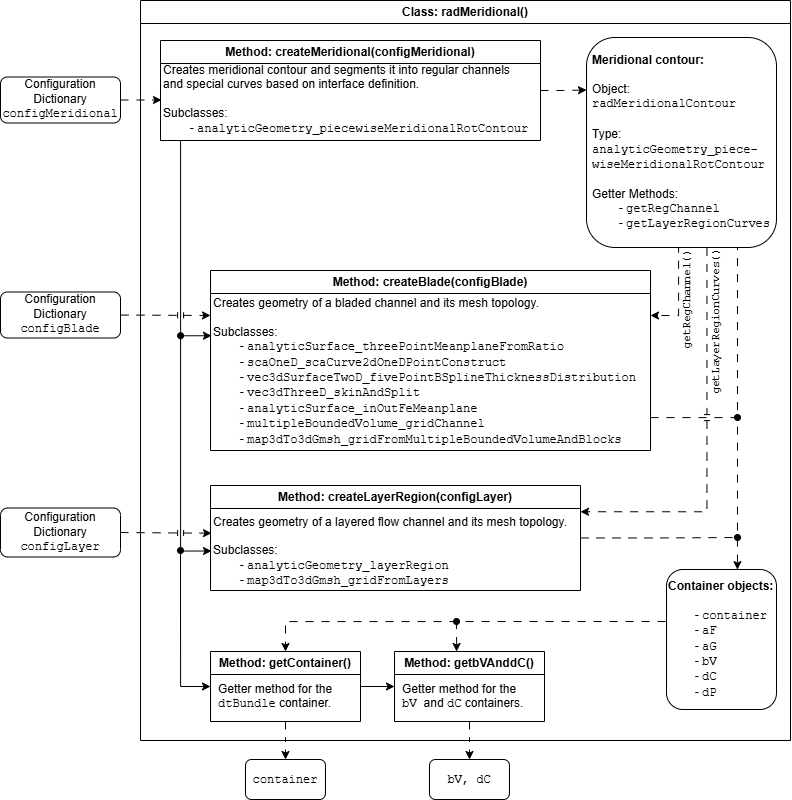
Above: doc/bladeFigs/radMeridional_class.png in ihs-ustutt/dtOO (draw.io), before the change. Source tidied: cells renumbered, new cells last; positions are measured from the earlier drawing's top-left corner, leaving out a move shared by most shapes.
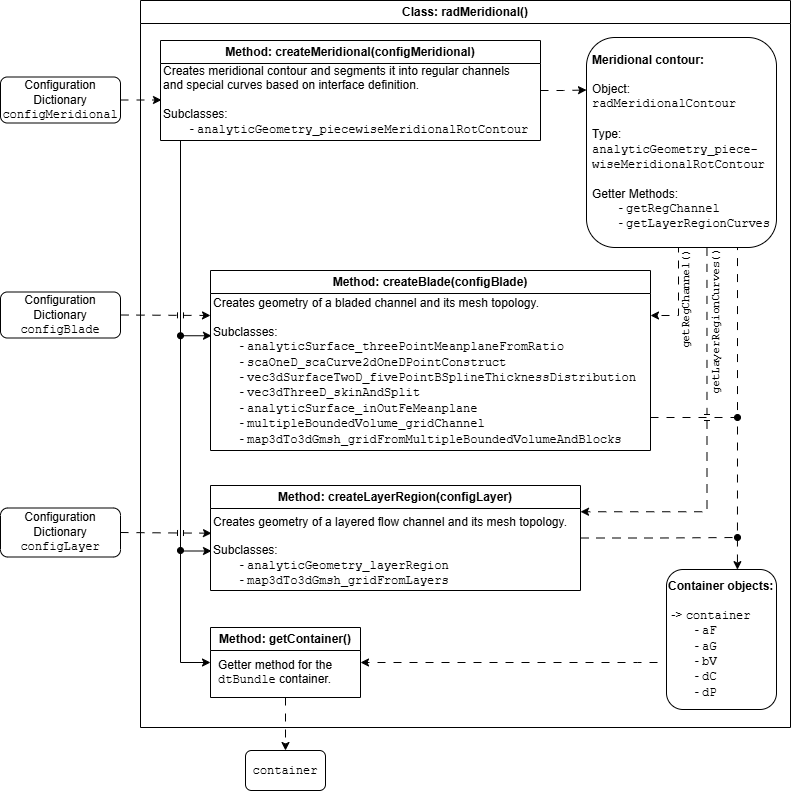
Later version of the same file.

What changed in the source:
```diff
@@ -3,7 +3,7 @@
     <mxCell id="0" />
     <mxCell id="1" parent="0" />
     <mxCell id="2" value="Class: radMeridional()" style="swimlane;whiteSpace=wrap;html=1;rounded=0;" parent="1" vertex="1">
-      <mxGeometry x="140" width="650" height="740" as="geometry" />
+      <mxGeometry x="140" width="650" height="727" as="geometry" />
     </mxCell>
     <mxCell id="3" style="edgeStyle=orthogonalEdgeStyle;rounded=0;jettySize=auto;html=1;entryX=0;entryY=0.25;entryDx=0;entryDy=0;dashed=1;dashPattern=8 8;" parent="2" edge="1" source="5" target="16">
       <mxGeometry relative="1" as="geometry" />
@@ -91,39 +91,21 @@
         <mxPoint x="40" y="550" as="targetPoint" />
       </mxGeometry>
     </mxCell>
-    <mxCell id="21" style="edgeStyle=orthogonalEdgeStyle;rounded=0;jettySize=auto;html=1;entryX=0;entryY=0.5;entryDx=0;entryDy=0;" parent="2" edge="1" source="22" target="25">
-      <mxGeometry relative="1" as="geometry" />
-    </mxCell>
     <mxCell id="22" value="Method: getContainer()" style="swimlane;whiteSpace=wrap;html=1;" parent="2" vertex="1">
-      <mxGeometry x="70" y="651" width="150" height="70" as="geometry" />
+      <mxGeometry x="70" y="627" width="150" height="70" as="geometry" />
     </mxCell>
     <mxCell id="23" value="Getter method for the &lt;font face=&quot;Courier New&quot;&gt;dtBundle&lt;/font&gt; container." style="rounded=0;whiteSpace=wrap;html=1;strokeColor=none;align=left;" parent="22" vertex="1">
       <mxGeometry x="5.5" y="30" width="119" height="30" as="geometry" />
     </mxCell>
-    <mxCell id="24" style="edgeStyle=orthogonalEdgeStyle;rounded=0;jettySize=auto;html=1;endArrow=oval;endFill=1;startArrow=classic;startFill=1;dashed=1;dashPattern=8 8;" parent="2" edge="1" source="25">
-      <mxGeometry relative="1" as="geometry">
-        <mxPoint x="316" y="621" as="targetPoint" />
-        <Array as="points">
-          <mxPoint x="316" y="641" />
-          <mxPoint x="316" y="641" />
-        </Array>
-      </mxGeometry>
-    </mxCell>
-    <mxCell id="25" value="Method: getbVAnddC()" style="swimlane;whiteSpace=wrap;html=1;" parent="2" vertex="1">
-      <mxGeometry x="254" y="651" width="150" height="70" as="geometry" />
-    </mxCell>
-    <mxCell id="26" value="Getter method for the &lt;font face=&quot;Courier New&quot;&gt;bV &lt;/font&gt;and &lt;font face=&quot;Courier New&quot;&gt;dC&lt;/font&gt;&amp;nbsp;containers." style="rounded=0;whiteSpace=wrap;html=1;strokeColor=none;align=left;" parent="25" vertex="1">
-      <mxGeometry x="5.5" y="30" width="124.5" height="30" as="geometry" />
-    </mxCell>
-    <mxCell id="27" style="edgeStyle=orthogonalEdgeStyle;rounded=0;jettySize=auto;html=1;entryX=0.5;entryY=0;entryDx=0;entryDy=0;dashed=1;dashPattern=8 8;" parent="2" edge="1" target="22">
+    <mxCell id="27" style="edgeStyle=orthogonalEdgeStyle;rounded=0;jettySize=auto;html=1;entryX=1;entryY=0.5;entryDx=0;entryDy=0;dashed=1;dashPattern=8 8;" parent="2" edge="1" target="22">
       <mxGeometry relative="1" as="geometry">
-        <mxPoint x="541" y="621" as="sourcePoint" />
+        <mxPoint x="517" y="662" as="sourcePoint" />
         <Array as="points">
-          <mxPoint x="145" y="621" />
+          <mxPoint x="497" y="662" />
         </Array>
       </mxGeometry>
     </mxCell>
-    <mxCell id="28" value="&lt;b&gt;Container objects:&lt;/b&gt;&lt;br&gt;&lt;br&gt;&lt;span style=&quot;font-weight: bold; white-space: pre;&quot;&gt;&#9;&lt;/span&gt;- &lt;font face=&quot;Courier New&quot;&gt;container&lt;/font&gt;&lt;br&gt;&lt;div&gt;&lt;span style=&quot;font-family: &amp;quot;Courier New&amp;quot;; white-space: pre;&quot;&gt;&#9;&lt;/span&gt;- &lt;font face=&quot;Courier New&quot;&gt;aF&lt;br&gt;&lt;/font&gt;&lt;span style=&quot;font-family: &amp;quot;Courier New&amp;quot;; white-space: pre;&quot;&gt;&#9;&lt;/span&gt;- &lt;font face=&quot;Courier New&quot;&gt;aG&lt;br&gt;&lt;/font&gt;&lt;span style=&quot;font-family: &amp;quot;Courier New&amp;quot;; white-space: pre;&quot;&gt;&#9;&lt;/span&gt;-&amp;nbsp;&lt;font face=&quot;Courier New&quot;&gt;bV&lt;br&gt;&lt;/font&gt;&lt;span style=&quot;font-family: &amp;quot;Courier New&amp;quot;; white-space: pre;&quot;&gt;&#9;&lt;/span&gt;- &lt;font face=&quot;Courier New&quot;&gt;dC&lt;br&gt;&lt;/font&gt;&lt;span style=&quot;font-family: &amp;quot;Courier New&amp;quot;; white-space: pre;&quot;&gt;&#9;&lt;/span&gt;- &lt;font face=&quot;Courier New&quot;&gt;dP&lt;/font&gt;&lt;font face=&quot;Courier New&quot;&gt;&lt;/font&gt;&lt;font face=&quot;Courier New&quot;&gt;&lt;/font&gt;&lt;font face=&quot;Courier New&quot;&gt;&lt;/font&gt;&lt;/div&gt;" style="rounded=1;whiteSpace=wrap;html=1;align=left;" parent="2" vertex="1">
+    <mxCell id="28" value="&lt;b&gt;Container objects:&lt;/b&gt;&lt;br&gt;&lt;br&gt;&amp;nbsp;-&amp;gt;&amp;nbsp;&lt;font face=&quot;Courier New&quot;&gt;container&lt;/font&gt;&lt;br&gt;&lt;div&gt;&lt;span style=&quot;white-space: pre;&quot;&gt;&#9;&lt;/span&gt;-&amp;nbsp;&lt;font face=&quot;Courier New&quot;&gt;aF&lt;br&gt;&lt;/font&gt;&lt;span style=&quot;font-family: &amp;quot;Courier New&amp;quot;; white-space: pre;&quot;&gt;&#9;&lt;/span&gt;-&amp;nbsp;&lt;font face=&quot;Courier New&quot;&gt;aG&lt;br&gt;&lt;/font&gt;&lt;span style=&quot;font-family: &amp;quot;Courier New&amp;quot;; white-space: pre;&quot;&gt;&#9;&lt;/span&gt;-&amp;nbsp;&lt;font face=&quot;Courier New&quot;&gt;bV&lt;br&gt;&lt;/font&gt;&lt;span style=&quot;font-family: &amp;quot;Courier New&amp;quot;; white-space: pre;&quot;&gt;&#9;&lt;/span&gt;-&amp;nbsp;&lt;font face=&quot;Courier New&quot;&gt;dC&lt;br&gt;&lt;/font&gt;&lt;span style=&quot;font-family: &amp;quot;Courier New&amp;quot;; white-space: pre;&quot;&gt;&#9;&lt;/span&gt;- &lt;font face=&quot;Courier New&quot;&gt;dP&lt;/font&gt;&lt;font face=&quot;Courier New&quot;&gt;&lt;/font&gt;&lt;font face=&quot;Courier New&quot;&gt;&lt;/font&gt;&lt;font face=&quot;Courier New&quot;&gt;&lt;/font&gt;&lt;/div&gt;" style="rounded=1;whiteSpace=wrap;html=1;align=left;" parent="2" vertex="1">
       <mxGeometry x="526" y="569" width="110" height="140" as="geometry" />
     </mxCell>
     <mxCell id="29" style="edgeStyle=orthogonalEdgeStyle;rounded=0;jettySize=auto;html=1;entryX=0;entryY=0.5;entryDx=0;entryDy=0;jumpStyle=arc;dashed=1;dashPattern=8 8;" parent="1" edge="1" source="30" target="6">
@@ -145,16 +127,10 @@
       <mxGeometry y="507.5" width="120" height="49" as="geometry" />
     </mxCell>
     <mxCell id="35" value="&lt;font face=&quot;Courier New&quot;&gt;container&lt;/font&gt;" style="rounded=1;whiteSpace=wrap;html=1;" parent="1" vertex="1">
-      <mxGeometry x="245" y="759" width="80" height="40" as="geometry" />
+      <mxGeometry x="245" y="750" width="80" height="40" as="geometry" />
     </mxCell>
-    <mxCell id="36" value="&lt;font face=&quot;Courier New&quot;&gt;bV, dC&lt;/font&gt;" style="rounded=1;whiteSpace=wrap;html=1;" parent="1" vertex="1">
-      <mxGeometry x="429" y="759" width="80" height="40" as="geometry" />
-    </mxCell>
     <mxCell id="37" style="edgeStyle=orthogonalEdgeStyle;rounded=0;jettySize=auto;html=1;entryX=0.5;entryY=0;entryDx=0;entryDy=0;dashed=1;dashPattern=8 8;" parent="1" edge="1" source="22" target="35">
       <mxGeometry relative="1" as="geometry" />
     </mxCell>
-    <mxCell id="38" style="edgeStyle=orthogonalEdgeStyle;rounded=0;jettySize=auto;html=1;dashed=1;dashPattern=8 8;" parent="1" edge="1" source="25" target="36">
-      <mxGeometry relative="1" as="geometry" />
-    </mxCell>
   </root>
 </mxGraphModel>
```
